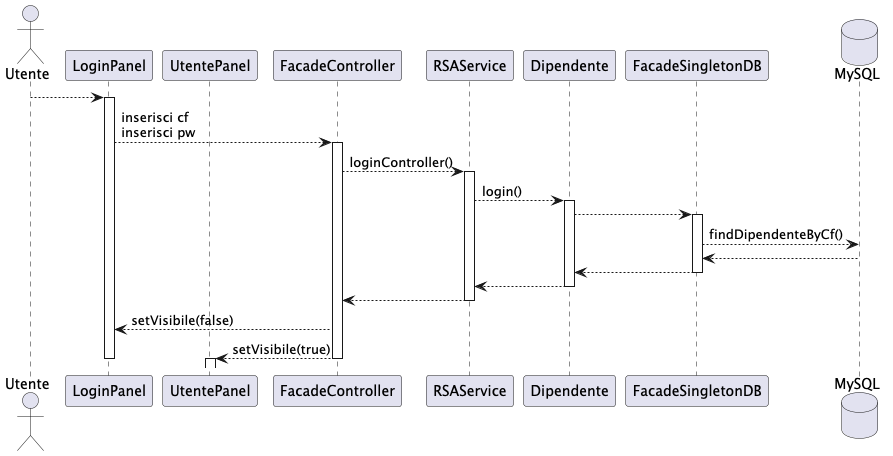
CareConnect-Pro/Progetto-Java keeps this PlantUML diagram as docs/Diagrammi di sequenza/DiagrammaSequenzaLogin.png. Above is the earlier version.
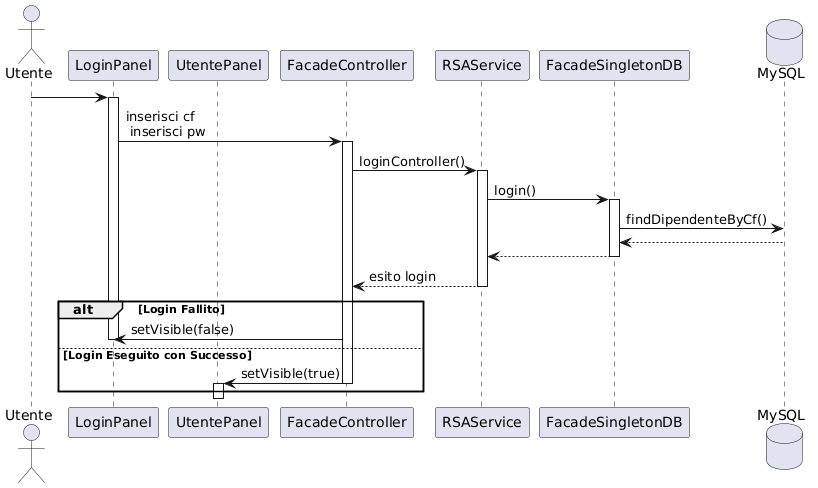
Above is the later version.

What changed in the source:
```diff
@@ -1,46 +1,39 @@
 @startuml
-
 actor Utente
 participant LoginPanel
 participant UtentePanel
 participant FacadeController
 participant RSAService
-participant Dipendente
 participant FacadeSingletonDB
 database MySQL
 
-Utente --> LoginPanel
+Utente -> LoginPanel
 activate LoginPanel
 
-
-LoginPanel --> FacadeController : inserisci cf\ninserisci pw
+LoginPanel -> FacadeController : inserisci cf\n inserisci pw
 activate FacadeController
 
-FacadeController --> RSAService : loginController()
+FacadeController -> RSAService : loginController()
 activate RSAService
 
-RSAService -->  Dipendente : login()
-activate Dipendente
-Dipendente --> FacadeSingletonDB
+RSAService -> FacadeSingletonDB : login()
 activate FacadeSingletonDB
-FacadeSingletonDB --> MySQL : findDipendenteByCf()
+FacadeSingletonDB -> MySQL : findDipendenteByCf()
 MySQL --> FacadeSingletonDB
-FacadeSingletonDB --> Dipendente
+FacadeSingletonDB --> RSAService
 deactivate FacadeSingletonDB
-Dipendente --> RSAService
-deactivate  Dipendente
-RSAService --> FacadeController
-deactivate  RSAService
-FacadeController --> LoginPanel : setVisibile(false)
 
-FacadeController --> UtentePanel : setVisibile(true)
-deactivate LoginPanel
-deactivate FacadeController
-activate UtentePanel
+RSAService --> FacadeController : esito login
+deactivate RSAService
 
+alt Login Fallito
+    FacadeController -> LoginPanel : setVisible(false)
+    deactivate LoginPanel
+else Login Eseguito con Successo
+    FacadeController -> UtentePanel : setVisible(true)
+    deactivate FacadeController
+    activate UtentePanel
+end
 
-
-
-
-
+deactivate UtentePanel
 @enduml
```
